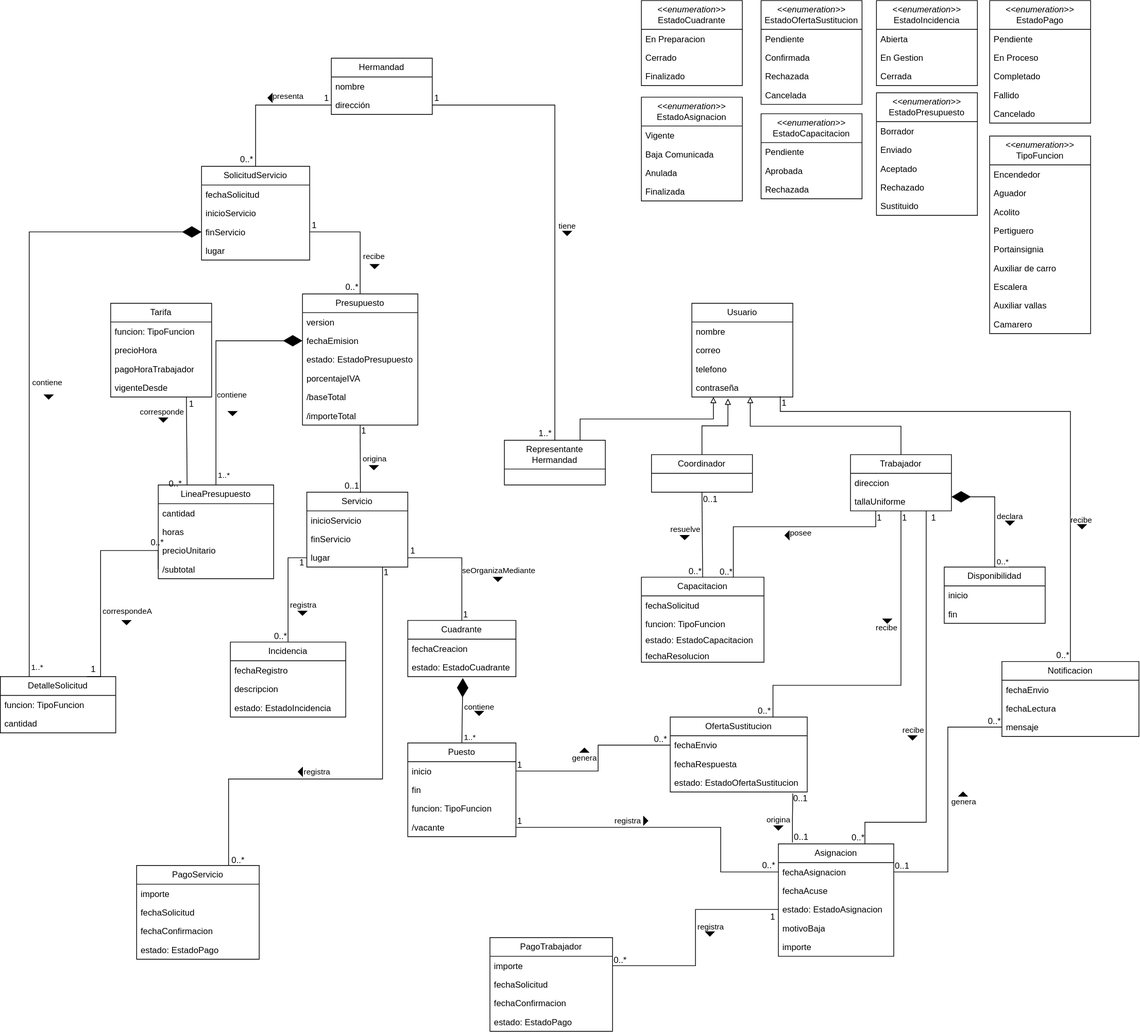
This is Servicios Cofrades/assets/MC IR-Página-1.drawio (1).svg from gis-ir/IR2627-G1-07, a draw.io export, as it was before one commit. Source tidied: cells renumbered, new cells last; positions are measured from the earlier drawing's top-left corner, leaving out a move shared by most shapes.
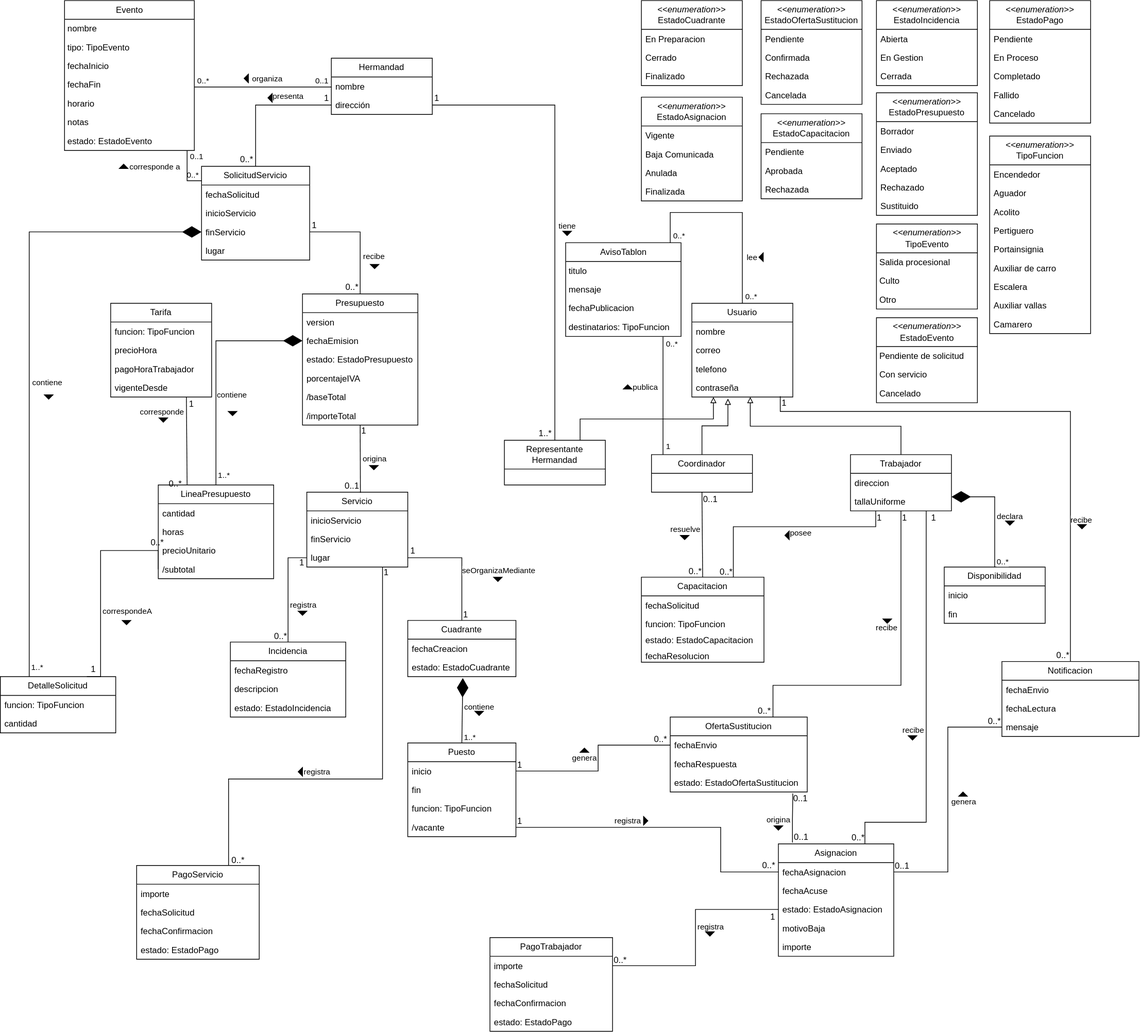
After the change.

Change to the diagram source:
```diff
@@ -907,5 +907,137 @@
     <mxCell id="245" style="triangle;fillColor=strokeColor;rotation=90;" parent="1" vertex="1">
       <mxGeometry x="223" y="576" width="6" height="12" as="geometry" />
     </mxCell>
+    <mxCell id="246" value="Evento" style="swimlane;fontStyle=0;horizontal=1;startSize=26;fillColor=none;whiteSpace=wrap;html=1;" parent="1" vertex="1">
+      <mxGeometry x="89" width="180" height="208" as="geometry" />
+    </mxCell>
+    <mxCell id="247" value="nombre" style="text;strokeColor=none;fillColor=none;align=left;verticalAlign=top;spacingLeft=4;spacingRight=4;overflow=hidden;whiteSpace=wrap;html=1;" parent="246" vertex="1">
+      <mxGeometry y="26" width="180" height="26" as="geometry" />
+    </mxCell>
+    <mxCell id="248" value="tipo: TipoEvento" style="text;strokeColor=none;fillColor=none;align=left;verticalAlign=top;spacingLeft=4;spacingRight=4;overflow=hidden;whiteSpace=wrap;html=1;" parent="246" vertex="1">
+      <mxGeometry y="52" width="180" height="26" as="geometry" />
+    </mxCell>
+    <mxCell id="249" value="fechaInicio" style="text;strokeColor=none;fillColor=none;align=left;verticalAlign=top;spacingLeft=4;spacingRight=4;overflow=hidden;whiteSpace=wrap;html=1;" parent="246" vertex="1">
+      <mxGeometry y="78" width="180" height="26" as="geometry" />
+    </mxCell>
+    <mxCell id="250" value="fechaFin" style="text;strokeColor=none;fillColor=none;align=left;verticalAlign=top;spacingLeft=4;spacingRight=4;overflow=hidden;whiteSpace=wrap;html=1;" parent="246" vertex="1">
+      <mxGeometry y="104" width="180" height="26" as="geometry" />
+    </mxCell>
+    <mxCell id="251" value="horario" style="text;strokeColor=none;fillColor=none;align=left;verticalAlign=top;spacingLeft=4;spacingRight=4;overflow=hidden;whiteSpace=wrap;html=1;" parent="246" vertex="1">
+      <mxGeometry y="130" width="180" height="26" as="geometry" />
+    </mxCell>
+    <mxCell id="252" value="notas" style="text;strokeColor=none;fillColor=none;align=left;verticalAlign=top;spacingLeft=4;spacingRight=4;overflow=hidden;whiteSpace=wrap;html=1;" parent="246" vertex="1">
+      <mxGeometry y="156" width="180" height="26" as="geometry" />
+    </mxCell>
+    <mxCell id="253" value="estado: EstadoEvento" style="text;strokeColor=none;fillColor=none;align=left;verticalAlign=top;spacingLeft=4;spacingRight=4;overflow=hidden;whiteSpace=wrap;html=1;" parent="246" vertex="1">
+      <mxGeometry y="182" width="180" height="26" as="geometry" />
+    </mxCell>
+    <mxCell id="254" value="AvisoTablon" style="swimlane;fontStyle=0;horizontal=1;startSize=26;fillColor=none;whiteSpace=wrap;html=1;" parent="1" vertex="1">
+      <mxGeometry x="784" y="336" width="160" height="130" as="geometry" />
+    </mxCell>
+    <mxCell id="255" value="titulo" style="text;strokeColor=none;fillColor=none;align=left;verticalAlign=top;spacingLeft=4;spacingRight=4;overflow=hidden;whiteSpace=wrap;html=1;" parent="254" vertex="1">
+      <mxGeometry y="26" width="160" height="26" as="geometry" />
+    </mxCell>
+    <mxCell id="256" value="mensaje" style="text;strokeColor=none;fillColor=none;align=left;verticalAlign=top;spacingLeft=4;spacingRight=4;overflow=hidden;whiteSpace=wrap;html=1;" parent="254" vertex="1">
+      <mxGeometry y="52" width="160" height="26" as="geometry" />
+    </mxCell>
+    <mxCell id="257" value="fechaPublicacion" style="text;strokeColor=none;fillColor=none;align=left;verticalAlign=top;spacingLeft=4;spacingRight=4;overflow=hidden;whiteSpace=wrap;html=1;" parent="254" vertex="1">
+      <mxGeometry y="78" width="160" height="26" as="geometry" />
+    </mxCell>
+    <mxCell id="258" value="destinatarios: TipoFuncion" style="text;strokeColor=none;fillColor=none;align=left;verticalAlign=top;spacingLeft=4;spacingRight=4;overflow=hidden;whiteSpace=wrap;html=1;" parent="254" vertex="1">
+      <mxGeometry y="104" width="160" height="26" as="geometry" />
+    </mxCell>
+    <mxCell id="259" value="&lt;div&gt;&lt;i&gt;&amp;lt;&amp;lt;enumeration&amp;gt;&amp;gt;&lt;/i&gt;&lt;br&gt;&lt;/div&gt;TipoEvento" style="swimlane;fontStyle=0;horizontal=1;startSize=40;fillColor=none;whiteSpace=wrap;html=1;" parent="1" vertex="1">
+      <mxGeometry x="1215" y="310" width="140" height="118" as="geometry" />
+    </mxCell>
+    <mxCell id="260" value="Salida procesional" style="text;strokeColor=none;fillColor=none;align=left;verticalAlign=top;spacingLeft=4;spacingRight=4;overflow=hidden;whiteSpace=wrap;html=1;" parent="259" vertex="1">
+      <mxGeometry y="40" width="140" height="26" as="geometry" />
+    </mxCell>
+    <mxCell id="261" value="Culto" style="text;strokeColor=none;fillColor=none;align=left;verticalAlign=top;spacingLeft=4;spacingRight=4;overflow=hidden;whiteSpace=wrap;html=1;" parent="259" vertex="1">
+      <mxGeometry y="66" width="140" height="26" as="geometry" />
+    </mxCell>
+    <mxCell id="262" value="Otro" style="text;strokeColor=none;fillColor=none;align=left;verticalAlign=top;spacingLeft=4;spacingRight=4;overflow=hidden;whiteSpace=wrap;html=1;" parent="259" vertex="1">
+      <mxGeometry y="92" width="140" height="26" as="geometry" />
+    </mxCell>
+    <mxCell id="263" value="&lt;div&gt;&lt;i&gt;&amp;lt;&amp;lt;enumeration&amp;gt;&amp;gt;&lt;/i&gt;&lt;br&gt;&lt;/div&gt;EstadoEvento" style="swimlane;fontStyle=0;horizontal=1;startSize=40;fillColor=none;whiteSpace=wrap;html=1;" parent="1" vertex="1">
+      <mxGeometry x="1215" y="440" width="140" height="118" as="geometry" />
+    </mxCell>
+    <mxCell id="264" value="Pendiente de solicitud" style="text;strokeColor=none;fillColor=none;align=left;verticalAlign=top;spacingLeft=4;spacingRight=4;overflow=hidden;whiteSpace=wrap;html=1;" parent="263" vertex="1">
+      <mxGeometry y="40" width="140" height="26" as="geometry" />
+    </mxCell>
+    <mxCell id="265" value="Con servicio" style="text;strokeColor=none;fillColor=none;align=left;verticalAlign=top;spacingLeft=4;spacingRight=4;overflow=hidden;whiteSpace=wrap;html=1;" parent="263" vertex="1">
+      <mxGeometry y="66" width="140" height="26" as="geometry" />
+    </mxCell>
+    <mxCell id="266" value="Cancelado" style="text;strokeColor=none;fillColor=none;align=left;verticalAlign=top;spacingLeft=4;spacingRight=4;overflow=hidden;whiteSpace=wrap;html=1;" parent="263" vertex="1">
+      <mxGeometry y="92" width="140" height="26" as="geometry" />
+    </mxCell>
+    <mxCell id="267" style="endArrow=none;html=1;rounded=0;edgeStyle=orthogonalEdgeStyle;" parent="1" edge="1" source="246" target="13">
+      <mxGeometry relative="1" as="geometry" />
+    </mxCell>
+    <mxCell id="268" value="0..*" style="text;html=1;align=left;verticalAlign=middle;fontSize=11;" parent="1" vertex="1">
+      <mxGeometry x="273" y="104" width="30" height="14" as="geometry" />
+    </mxCell>
+    <mxCell id="269" value="0..1" style="text;html=1;align=right;verticalAlign=middle;fontSize=11;" parent="1" vertex="1">
+      <mxGeometry x="425" y="104" width="30" height="14" as="geometry" />
+    </mxCell>
+    <mxCell id="270" value="organiza" style="text;html=1;align=left;verticalAlign=middle;fontSize=11;" parent="1" vertex="1">
+      <mxGeometry x="349" y="101" width="80" height="14" as="geometry" />
+    </mxCell>
+    <mxCell id="271" style="triangle;fillColor=strokeColor;rotation=180;" parent="1" vertex="1">
+      <mxGeometry x="338" y="102" width="6" height="12" as="geometry" />
+    </mxCell>
+    <mxCell id="272" style="endArrow=none;html=1;rounded=0;edgeStyle=orthogonalEdgeStyle;" parent="1" edge="1" source="246" target="41">
+      <mxGeometry relative="1" as="geometry">
+        <Array as="points">
+          <mxPoint x="259" y="250" />
+        </Array>
+      </mxGeometry>
+    </mxCell>
+    <mxCell id="273" value="0..1" style="text;html=1;align=left;verticalAlign=middle;fontSize=11;" parent="1" vertex="1">
+      <mxGeometry x="263" y="209" width="30" height="14" as="geometry" />
+    </mxCell>
+    <mxCell id="274" value="0..*" style="text;html=1;align=right;verticalAlign=middle;fontSize=11;" parent="1" vertex="1">
+      <mxGeometry x="245" y="235" width="30" height="14" as="geometry" />
+    </mxCell>
+    <mxCell id="275" value="corresponde a" style="text;html=1;align=left;verticalAlign=middle;fontSize=11;" parent="1" vertex="1">
+      <mxGeometry x="179" y="223" width="80" height="14" as="geometry" />
+    </mxCell>
+    <mxCell id="276" style="triangle;fillColor=strokeColor;rotation=270;" parent="1" vertex="1">
+      <mxGeometry x="168" y="224" width="6" height="12" as="geometry" />
+    </mxCell>
+    <mxCell id="277" style="endArrow=none;html=1;rounded=0;edgeStyle=orthogonalEdgeStyle;" parent="1" edge="1" source="254" target="10">
+      <mxGeometry relative="1" as="geometry" />
+    </mxCell>
+    <mxCell id="278" value="0..*" style="text;html=1;align=left;verticalAlign=middle;fontSize=11;" parent="1" vertex="1">
+      <mxGeometry x="923" y="469" width="30" height="14" as="geometry" />
+    </mxCell>
+    <mxCell id="279" value="1" style="text;html=1;align=left;verticalAlign=middle;fontSize=11;" parent="1" vertex="1">
+      <mxGeometry x="923" y="611" width="30" height="14" as="geometry" />
+    </mxCell>
+    <mxCell id="280" value="publica" style="text;html=1;align=left;verticalAlign=middle;fontSize=11;" parent="1" vertex="1">
+      <mxGeometry x="877" y="529" width="80" height="14" as="geometry" />
+    </mxCell>
+    <mxCell id="281" style="triangle;fillColor=strokeColor;rotation=270;" parent="1" vertex="1">
+      <mxGeometry x="867" y="530" width="6" height="12" as="geometry" />
+    </mxCell>
+    <mxCell id="282" style="endArrow=none;html=1;rounded=0;edgeStyle=orthogonalEdgeStyle;" parent="1" edge="1" source="254" target="2">
+      <mxGeometry relative="1" as="geometry">
+        <Array as="points">
+          <mxPoint x="929" y="294" />
+          <mxPoint x="1029" y="294" />
+        </Array>
+      </mxGeometry>
+    </mxCell>
+    <mxCell id="283" value="0..*" style="text;html=1;align=left;verticalAlign=middle;fontSize=11;" parent="1" vertex="1">
+      <mxGeometry x="933" y="319" width="30" height="14" as="geometry" />
+    </mxCell>
+    <mxCell id="284" value="0..*" style="text;html=1;align=left;verticalAlign=middle;fontSize=11;" parent="1" vertex="1">
+      <mxGeometry x="1033" y="403" width="30" height="14" as="geometry" />
+    </mxCell>
+    <mxCell id="285" value="lee" style="text;html=1;align=left;verticalAlign=middle;fontSize=11;" parent="1" vertex="1">
+      <mxGeometry x="1035" y="349" width="80" height="14" as="geometry" />
+    </mxCell>
+    <mxCell id="286" style="triangle;fillColor=strokeColor;rotation=180;" parent="1" vertex="1">
+      <mxGeometry x="1052" y="350" width="6" height="12" as="geometry" />
+    </mxCell>
   </root>
 </mxGraphModel>
```
